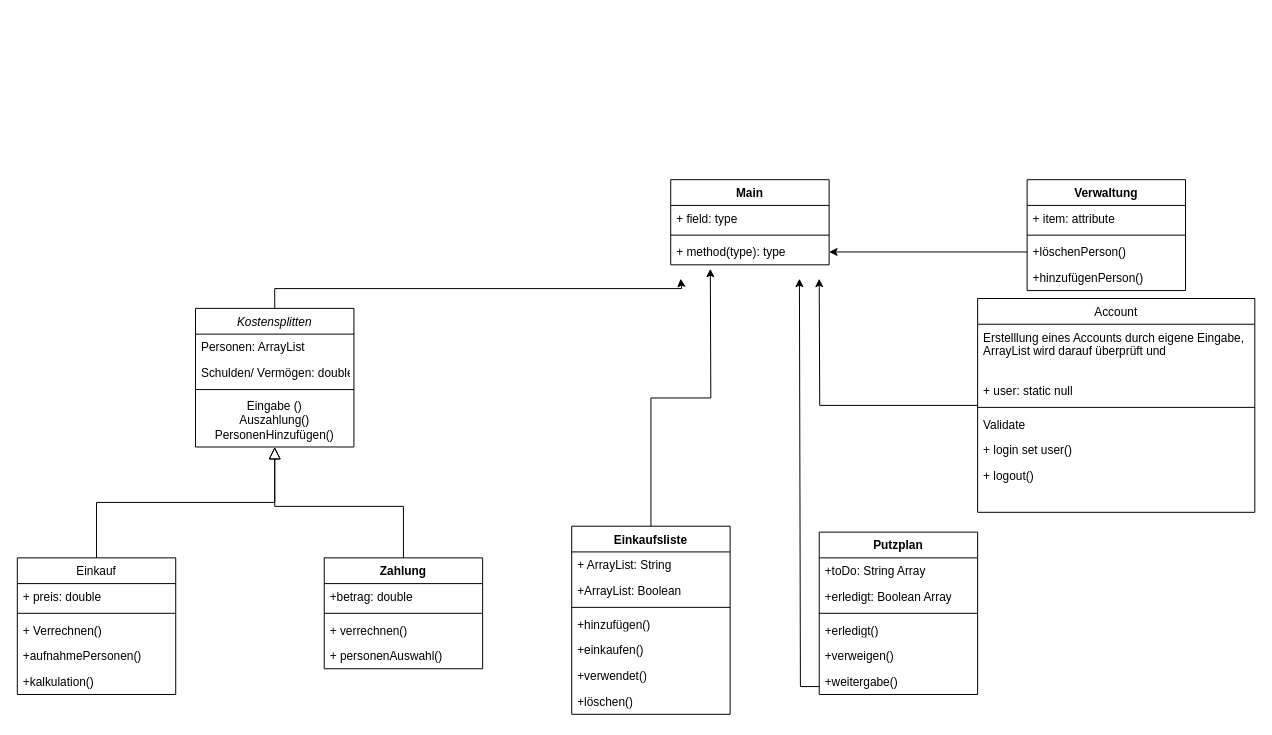
franzi17/Systemanalyse keeps this draw.io diagram as Unbenanntes Diagramm.drawio. Above is the earlier version. Source tidied: cells renumbered, new cells numbered last; positions are measured from the earlier drawing's top-left corner, leaving out a move shared by most shapes. Both pictures are drawn from the tidied source at 99%, with x=0, y=0 at pixel (17, 179).
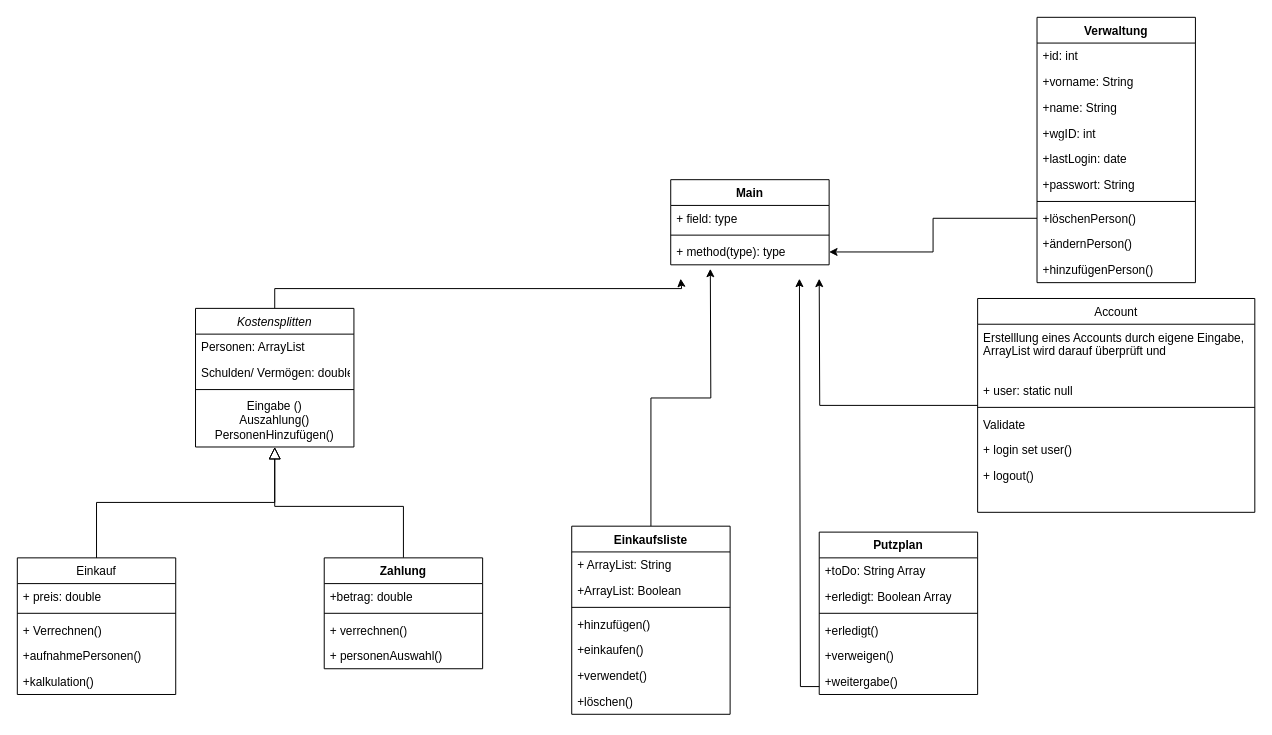
Above is the later version.

Diff of the diagram source:
```diff
@@
     <mxCell id="23" value="Verwaltung" style="swimlane;fontStyle=1;align=center;verticalAlign=top;horizontal=1;startSize=26;whiteSpace=wrap;html=1;" parent="1" vertex="1">
-      <mxGeometry x="1020" width="160" height="112" as="geometry" />
+      <mxGeometry x="1030" y="-164" width="160" height="268" as="geometry" />
     </mxCell>
-    <mxCell id="24" value="+ item: attribute" style="text;strokeColor=none;fillColor=none;align=left;verticalAlign=top;spacingLeft=4;spacingRight=4;overflow=hidden;whiteSpace=wrap;html=1;" parent="23" vertex="1">
+    <mxCell id="24" value="+id: int" style="text;strokeColor=none;fillColor=none;align=left;verticalAlign=top;spacingLeft=4;spacingRight=4;overflow=hidden;whiteSpace=wrap;html=1;" parent="23" vertex="1">
       <mxGeometry y="26" width="160" height="26" as="geometry" />
     </mxCell>
+    <mxCell id="56" value="+vorname: String" style="text;strokeColor=none;fillColor=none;align=left;verticalAlign=top;spacingLeft=4;spacingRight=4;overflow=hidden;whiteSpace=wrap;html=1;" parent="23" vertex="1">
+      <mxGeometry y="52" width="160" height="26" as="geometry" />
+    </mxCell>
+    <mxCell id="57" value="+name: String" style="text;strokeColor=none;fillColor=none;align=left;verticalAlign=top;spacingLeft=4;spacingRight=4;overflow=hidden;whiteSpace=wrap;html=1;" parent="23" vertex="1">
+      <mxGeometry y="78" width="160" height="26" as="geometry" />
+    </mxCell>
+    <mxCell id="58" value="+wgID: int" style="text;strokeColor=none;fillColor=none;align=left;verticalAlign=top;spacingLeft=4;spacingRight=4;overflow=hidden;whiteSpace=wrap;html=1;" parent="23" vertex="1">
+      <mxGeometry y="104" width="160" height="26" as="geometry" />
+    </mxCell>
+    <mxCell id="59" value="+lastLogin: date" style="text;strokeColor=none;fillColor=none;align=left;verticalAlign=top;spacingLeft=4;spacingRight=4;overflow=hidden;whiteSpace=wrap;html=1;" parent="23" vertex="1">
+      <mxGeometry y="130" width="160" height="26" as="geometry" />
+    </mxCell>
+    <mxCell id="60" value="+passwort: String" style="text;strokeColor=none;fillColor=none;align=left;verticalAlign=top;spacingLeft=4;spacingRight=4;overflow=hidden;whiteSpace=wrap;html=1;" parent="23" vertex="1">
+      <mxGeometry y="156" width="160" height="26" as="geometry" />
+    </mxCell>
     <mxCell id="25" style="line;strokeWidth=1;fillColor=none;align=left;verticalAlign=middle;spacingTop=-1;spacingLeft=3;spacingRight=3;labelPosition=right;strokeColor=inherit;" parent="23" vertex="1">
-      <mxGeometry y="52" width="160" height="8" as="geometry" />
+      <mxGeometry y="182" width="160" height="8" as="geometry" />
     </mxCell>
     <mxCell id="26" value="+löschenPerson()" style="text;strokeColor=none;fillColor=none;align=left;verticalAlign=top;spacingLeft=4;spacingRight=4;overflow=hidden;points=[[0,0.5],[1,0.5]];portConstraint=eastwest;whiteSpace=wrap;html=1;" parent="23" vertex="1">
-      <mxGeometry y="60" width="160" height="26" as="geometry" />
+      <mxGeometry y="190" width="160" height="26" as="geometry" />
     </mxCell>
+    <mxCell id="61" value="+ändernPerson()" style="text;strokeColor=none;fillColor=none;align=left;verticalAlign=top;spacingLeft=4;spacingRight=4;overflow=hidden;whiteSpace=wrap;html=1;" parent="23" vertex="1">
+      <mxGeometry y="216" width="160" height="26" as="geometry" />
+    </mxCell>
     <mxCell id="27" value="+hinzufügenPerson()" style="text;strokeColor=none;fillColor=none;align=left;verticalAlign=top;spacingLeft=4;spacingRight=4;overflow=hidden;whiteSpace=wrap;html=1;" parent="23" vertex="1">
-      <mxGeometry y="86" width="160" height="26" as="geometry" />
+      <mxGeometry y="242" width="160" height="26" as="geometry" />
     </mxCell>
```
